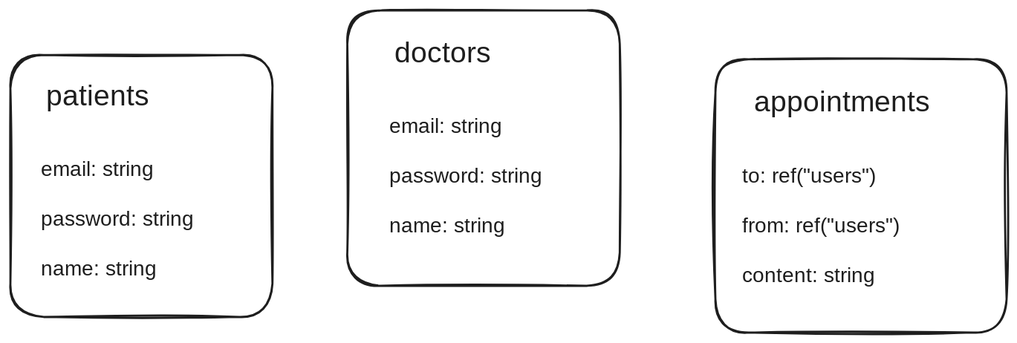
Earlier version of the Excalidraw export database.excalidraw.svg (leonardotorre18/wendy). Source tidied: one line per element, renumbered; positions are measured from the earlier drawing's top-left corner, leaving out a move shared by most shapes.
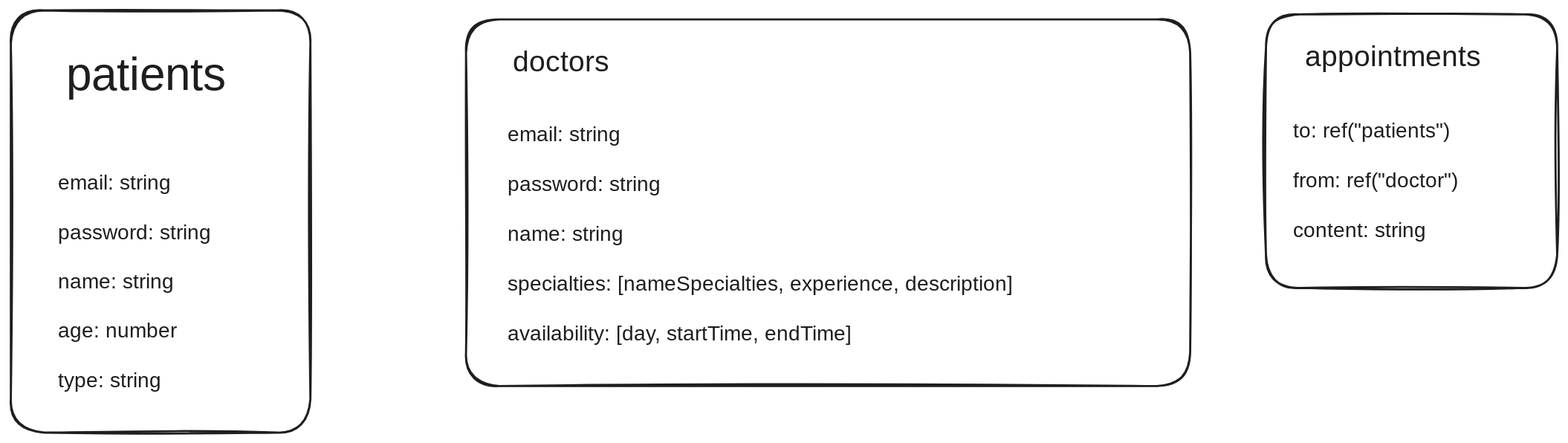
After the commit.

Commit message:
Database schema and interface adjustments

The edit, as a diff of the source:
```diff
@@ -1,9 +1,9 @@
-{"id": 0, "type": "text", "text": "patients", "strokeColor": "#1e1e1e", "strokeWidth": 1, "roughness": 0, "fontSize": 28, "fontFamily": 1, "x": 34, "y": 66, "width": 114, "height": 35}
+{"id": 0, "type": "text", "text": "patients", "strokeColor": "#1e1e1e", "strokeWidth": 1, "roughness": 0, "fontSize": 44.04, "fontFamily": 1, "x": -60, "y": 28, "width": 179, "height": 55}
-{"id": 1, "type": "text", "text": "email: string\n\npassword: string\n\nname: string", "strokeColor": "#1e1e1e", "strokeWidth": 1, "roughness": 0, "fontSize": 20, "fontFamily": 3, "x": 29, "y": 141, "width": 192, "height": 120}
+{"id": 1, "type": "text", "text": "email: string\n\npassword: string\n\nname: string\n\nage: number\n\ntype: string", "strokeColor": "#1e1e1e", "strokeWidth": 1, "roughness": 0, "fontSize": 19.79, "fontFamily": 3, "x": -68, "y": 146, "width": 185, "height": 214}
-{"id": 2, "type": "rectangle", "strokeColor": "#1e1e1e", "strokeWidth": 2, "roughness": 1, "round": true, "x": 0, "y": 43, "width": 252, "height": 252}
+{"id": 2, "type": "rectangle", "strokeColor": "#1e1e1e", "strokeWidth": 2, "roughness": 1, "round": true, "x": -114, "y": -9, "width": 288, "height": 406}
-{"id": 3, "type": "text", "text": "doctors", "strokeColor": "#1e1e1e", "strokeWidth": 1, "roughness": 0, "fontSize": 28, "fontFamily": 1, "x": 369, "y": 25, "width": 105, "height": 35}
+{"id": 3, "type": "text", "text": "doctors", "strokeColor": "#1e1e1e", "strokeWidth": 1, "roughness": 0, "fontSize": 28, "fontFamily": 1, "x": 369, "y": 25, "width": 104, "height": 35}
-{"id": 4, "type": "text", "text": "email: string\n\npassword: string\n\nname: string", "strokeColor": "#1e1e1e", "strokeWidth": 1, "roughness": 0, "fontSize": 20, "fontFamily": 3, "x": 364, "y": 100, "width": 192, "height": 120}
+{"id": 4, "type": "text", "text": "email: string\n\npassword: string\n\nname: string\n\nspecialties: [nameSpecialties, experience, description]\n\navailability: [day, startTime, endTime]\n", "strokeColor": "#1e1e1e", "strokeWidth": 1, "roughness": 0, "fontSize": 20, "fontFamily": 3, "x": 364, "y": 99, "width": 645, "height": 240}
-{"id": 5, "type": "rectangle", "strokeColor": "#1e1e1e", "strokeWidth": 2, "roughness": 1, "round": true, "x": 324, "y": 0, "width": 262, "height": 265}
+{"id": 5, "type": "rectangle", "strokeColor": "#1e1e1e", "strokeWidth": 2, "roughness": 1, "round": true, "x": 324, "y": 0, "width": 696, "height": 352}
-{"id": 6, "type": "text", "text": "appointments", "strokeColor": "#1e1e1e", "strokeWidth": 1, "roughness": 0, "fontSize": 28, "fontFamily": 1, "x": 715, "y": 72, "width": 175, "height": 35}
+{"id": 6, "type": "text", "text": "appointments", "strokeColor": "#1e1e1e", "strokeWidth": 1, "roughness": 0, "fontSize": 28, "fontFamily": 1, "x": 1130, "y": 20, "width": 174, "height": 35}
-{"id": 7, "type": "text", "text": "to: ref(\"users\")\n\nfrom: ref(\"users\")\n\ncontent: string", "strokeColor": "#1e1e1e", "strokeWidth": 1, "roughness": 0, "fontSize": 20, "fontFamily": 3, "x": 704, "y": 148, "width": 216, "height": 120}
+{"id": 7, "type": "text", "text": "to: ref(\"patients\")\n\nfrom: ref(\"doctor\")\n\ncontent: string", "strokeColor": "#1e1e1e", "strokeWidth": 1, "roughness": 0, "fontSize": 20, "fontFamily": 3, "x": 1119, "y": 96, "width": 223, "height": 120}
-{"id": 8, "type": "rectangle", "strokeColor": "#1e1e1e", "strokeWidth": 2, "roughness": 1, "round": true, "x": 678, "y": 47, "width": 280, "height": 263}
+{"id": 8, "type": "rectangle", "strokeColor": "#1e1e1e", "strokeWidth": 2, "roughness": 1, "round": true, "x": 1093, "y": -5, "width": 280, "height": 263}
```
